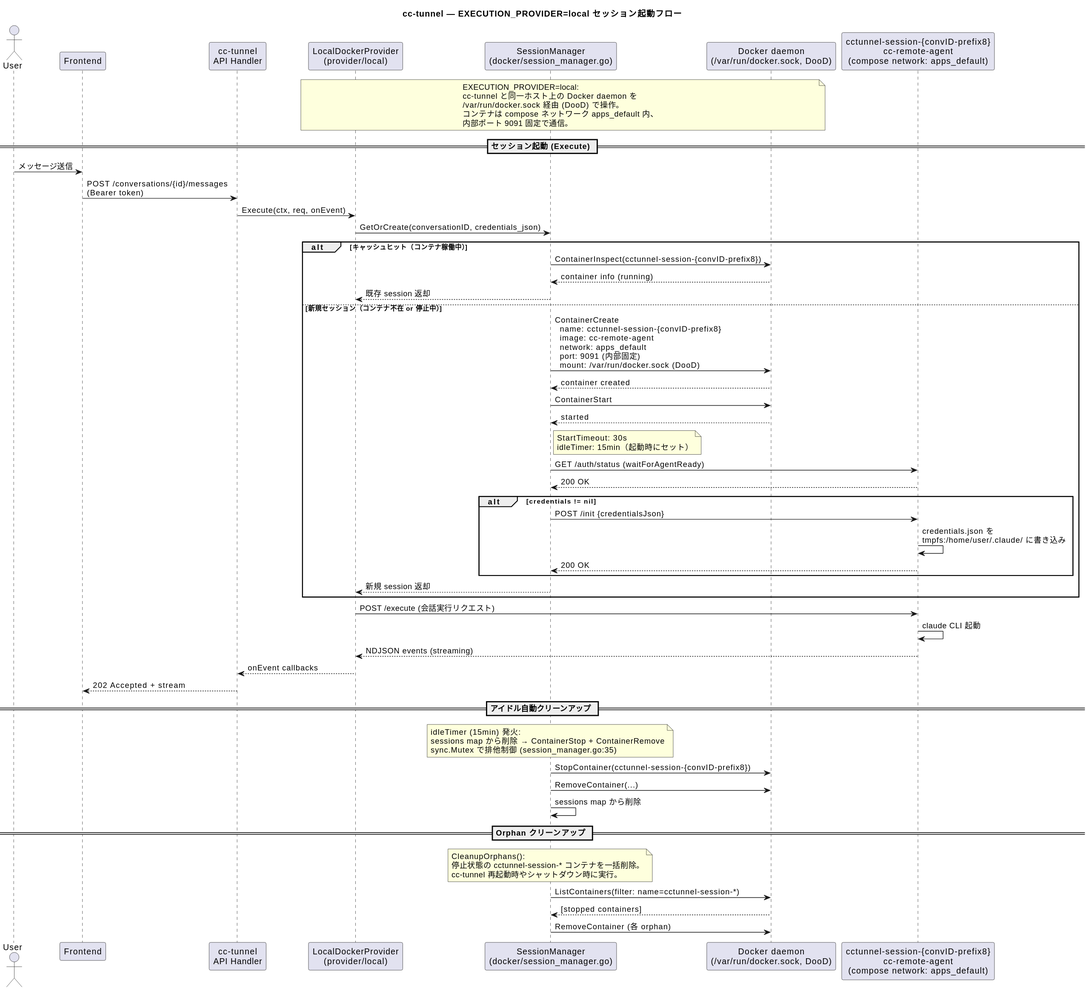
Before: docs/plantuml/out/local_provider_session_start.svg, a diagram exported from PlantUML (pollenjp/cc-tunnel). The source it was exported from:
```plantuml
@startuml
title cc-tunnel — EXECUTION_PROVIDER=local セッション起動フロー

actor "User" as user
participant "Frontend" as fe
participant "cc-tunnel\nAPI Handler" as handler
participant "LocalDockerProvider\n(provider/local)" as ldp
participant "SessionManager\n(docker/session_manager.go)" as sm
participant "Docker daemon\n(/var/run/docker.sock, DooD)" as docker
participant "cctunnel-session-{convID-prefix8}\ncc-remote-agent\n(compose network: apps_default)" as container

note over ldp, docker
  EXECUTION_PROVIDER=local:
  cc-tunnel と同一ホスト上の Docker daemon を
  /var/run/docker.sock 経由 (DooD) で操作。
  コンテナは compose ネットワーク apps_default 内、
  内部ポート 9091 固定で通信。
end note

== セッション起動 (Execute) ==

user -> fe : メッセージ送信
fe -> handler : POST /conversations/{id}/messages\n(Bearer token)
handler -> ldp : Execute(ctx, req, onEvent)
ldp -> sm : GetOrCreate(conversationID, credentials_json)

alt キャッシュヒット（コンテナ稼働中）
  sm -> docker : ContainerInspect(cctunnel-session-{convID-prefix8})
  docker --> sm : container info (running)
  sm --> ldp : 既存 session 返却
else 新規セッション（コンテナ不在 or 停止中）
  sm -> docker : ContainerCreate\n  name: cctunnel-session-{convID-prefix8}\n  image: cc-remote-agent\n  network: apps_default\n  port: 9091 (内部固定)\n  mount: /var/run/docker.sock (DooD)
  docker --> sm : container created

  sm -> docker : ContainerStart
  docker --> sm : started

  note right of sm
    StartTimeout: 30s
    idleTimer: 15min（起動時にセット）
  end note

  sm -> container : GET /auth/status (waitForAgentReady)
  container --> sm : 200 OK

  alt credentials != nil
    sm -> container : POST /init {credentialsJson}
    container -> container : credentials.json を\ntmpfs:/home/user/.claude/ に書き込み
    container --> sm : 200 OK
  end

  sm --> ldp : 新規 session 返却
end

ldp -> container : POST /execute (会話実行リクエスト)
container -> container : claude CLI 起動
container --> ldp : NDJSON events (streaming)
ldp --> handler : onEvent callbacks
handler --> fe : 202 Accepted + stream

== アイドル自動クリーンアップ ==

note over sm
  idleTimer (15min) 発火:
  sessions map から削除 → ContainerStop + ContainerRemove
  sync.Mutex で排他制御 (session_manager.go:35)
end note

sm -> docker : StopContainer(cctunnel-session-{convID-prefix8})
sm -> docker : RemoveContainer(...)
sm -> sm : sessions map から削除

== Orphan クリーンアップ ==

note over sm
  CleanupOrphans():
  停止状態の cctunnel-session-* コンテナを一括削除。
  cc-tunnel 再起動時やシャットダウン時に実行。
end note

sm -> docker : ListContainers(filter: name=cctunnel-session-*)
docker --> sm : [stopped containers]
sm -> docker : RemoveContainer (各 orphan)
@enduml
```
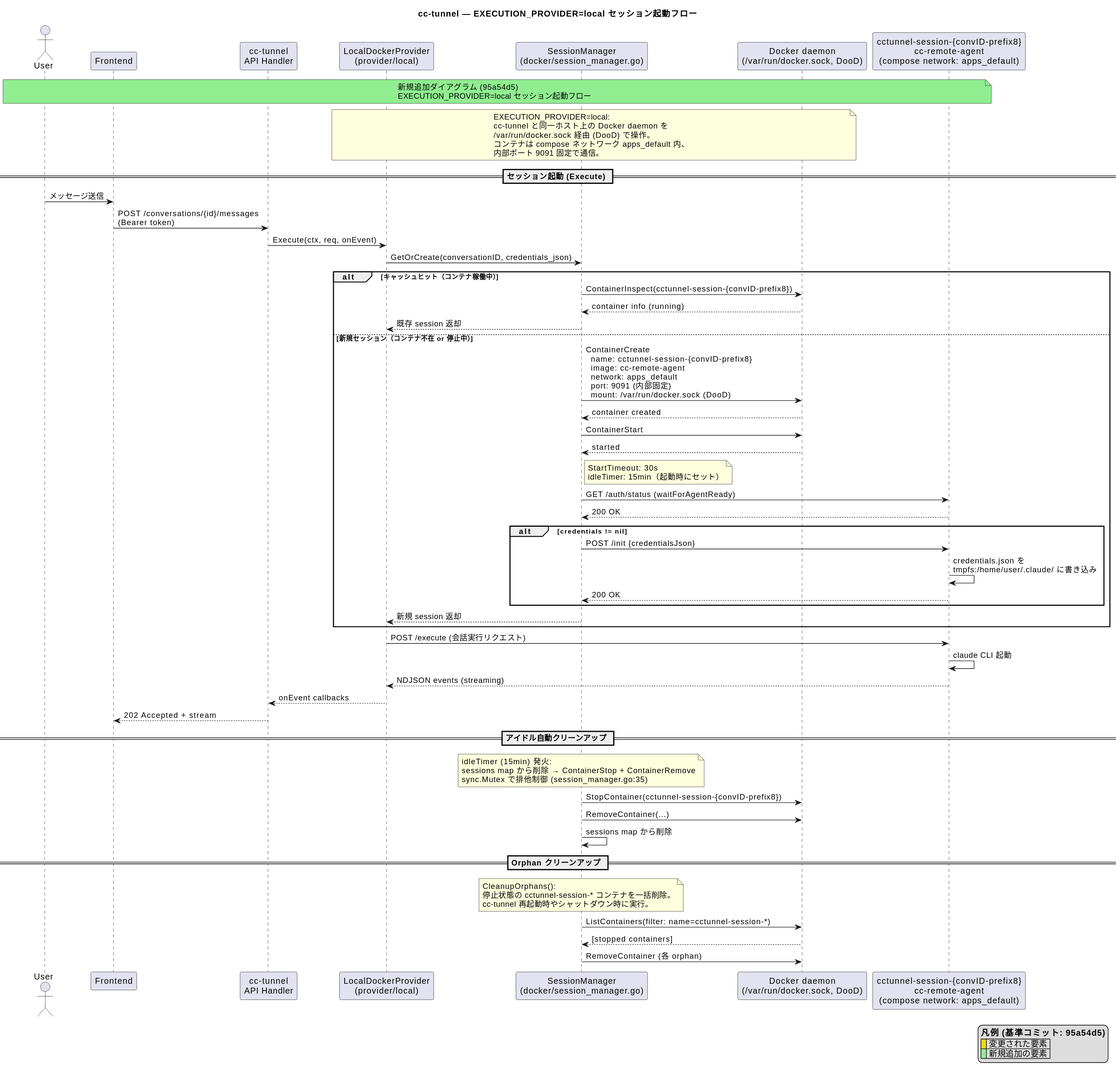
After the commit.

Diff of the diagram source:
```diff
@@ -8,6 +8,11 @@
 participant "SessionManager\n(docker/session_manager.go)" as sm
 participant "Docker daemon\n(/var/run/docker.sock, DooD)" as docker
 participant "cctunnel-session-{convID-prefix8}\ncc-remote-agent\n(compose network: apps_default)" as container
+
+note over user, container #90EE90
+  新規追加ダイアグラム (95a54d5)
+  EXECUTION_PROVIDER=local セッション起動フロー
+end note
 
 note over ldp, docker
   EXECUTION_PROVIDER=local:
@@ -81,4 +86,10 @@
 sm -> docker : ListContainers(filter: name=cctunnel-session-*)
 docker --> sm : [stopped containers]
 sm -> docker : RemoveContainer (各 orphan)
+
+legend right
+  **凡例 (基準コミット: 95a54d5)**
+  |<#FFD700>  | 変更された要素 |
+  |<#90EE90>  | 新規追加の要素 |
+endlegend
 @enduml
```
